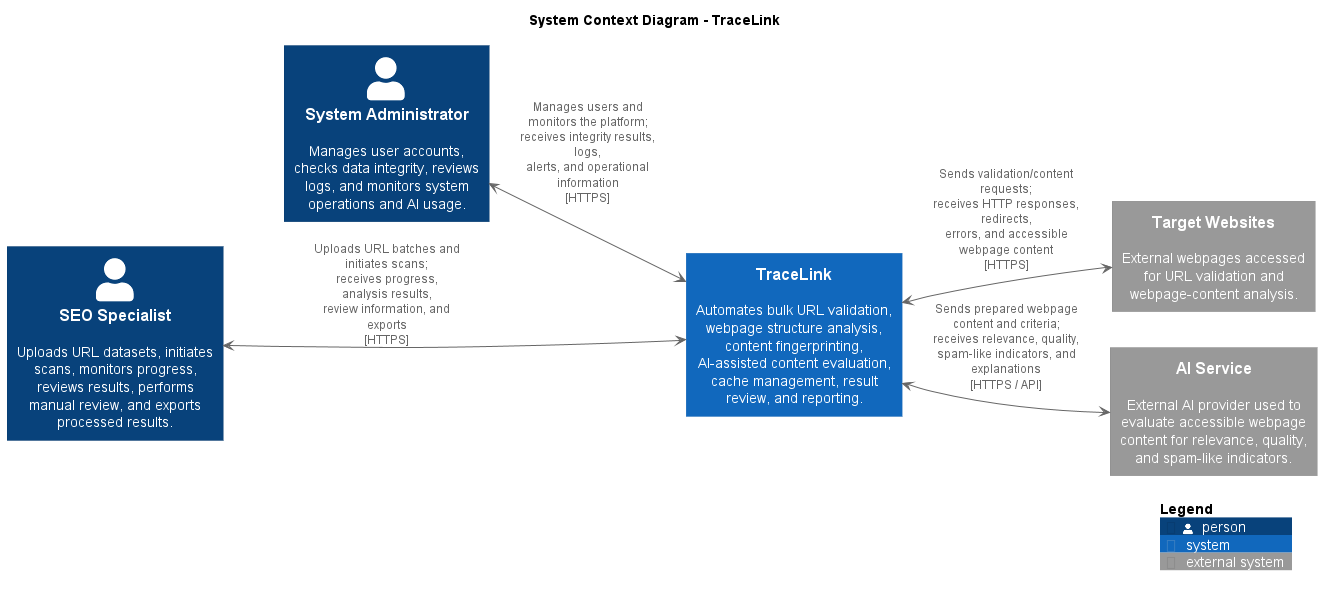
APC-SoCIT/APC-2026-2027-T1-SF241-Grp-3-Dark-Triad-TRACELINK-AI-Assisted-Platform keeps this PlantUML diagram as docs/c4/images/system-context.png. Above is the earlier version.
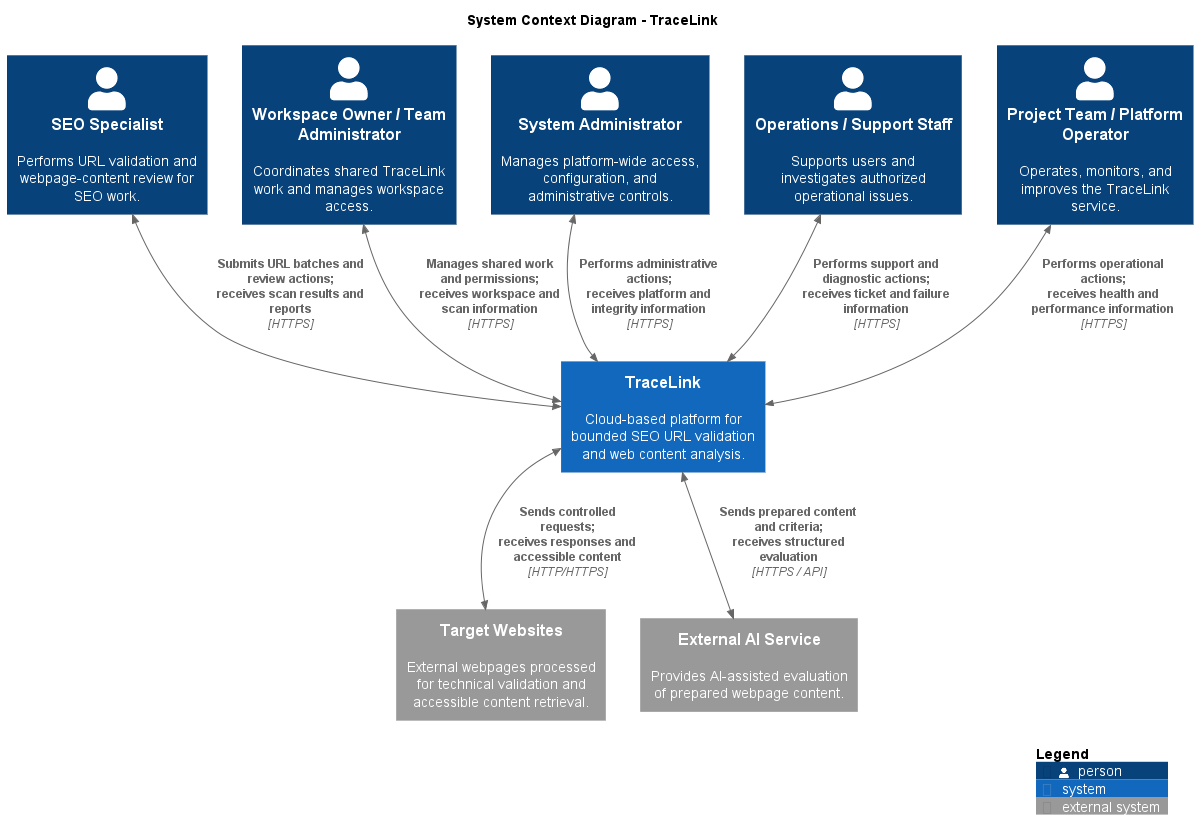
Above is the later version.

Commit message:
docs: update rendered system context diagram

The edit, as a diff of the source:
```diff
@@ -2,29 +2,39 @@
 
 !include https://raw.githubusercontent.com/plantuml-stdlib/C4-PlantUML/master/C4_Context.puml
 
-LAYOUT_LEFT_RIGHT()
+LAYOUT_TOP_DOWN()
 
 title System Context Diagram - TraceLink
 
-Person(seoSpecialist, "SEO Specialist", "Uploads URL datasets, initiates scans, monitors progress, reviews results, performs manual review, and exports processed results.")
+Person(seoSpecialist, "SEO Specialist", "Performs URL validation and webpage-content review for SEO work.")
+Person(workspaceOwner, "Workspace Owner / Team Administrator", "Coordinates shared TraceLink work and manages workspace access.")
+Person(systemAdmin, "System Administrator", "Manages platform-wide access, configuration, and administrative controls.")
+Person(supportStaff, "Operations / Support Staff", "Supports users and investigates authorized operational issues.")
+Person(platformOperator, "Project Team / Platform Operator", "Operates, monitors, and improves the TraceLink service.")
 
-Person(systemAdmin, "System Administrator", "Manages user accounts, checks data integrity, reviews logs, and monitors system operations and AI usage.")
+System(tracelink, "TraceLink", "Cloud-based platform for bounded SEO URL validation and web content analysis.")
 
-System(traceLink, "TraceLink", "Automates bulk URL validation, webpage structure analysis, content fingerprinting, AI-assisted content evaluation, cache management, result review, and reporting.")
+System_Ext(targetWebsites, "Target Websites", "External webpages processed for technical validation and accessible content retrieval.")
+System_Ext(aiService, "External AI Service", "Provides AI-assisted evaluation of prepared webpage content.")
 
-System_Ext(targetWebsites, "Target Websites", "External webpages accessed for URL validation and webpage-content analysis.")
+BiRel(seoSpecialist, tracelink, "Submits URL batches and review actions;\nreceives scan results and reports", "HTTPS")
+BiRel(workspaceOwner, tracelink, "Manages shared work and permissions;\nreceives workspace and scan information", "HTTPS")
+BiRel(systemAdmin, tracelink, "Performs administrative actions;\nreceives platform and integrity information", "HTTPS")
+BiRel(supportStaff, tracelink, "Performs support and diagnostic actions;\nreceives ticket and failure information", "HTTPS")
+BiRel(platformOperator, tracelink, "Performs operational actions;\nreceives health and performance information", "HTTPS")
 
-System_Ext(aiService, "AI Service", "External AI provider used to evaluate accessible webpage content for relevance, quality, and spam-like indicators.")
+BiRel(tracelink, targetWebsites, "Sends controlled requests;\nreceives responses and accessible content", "HTTP/HTTPS")
+BiRel(tracelink, aiService, "Sends prepared content and criteria;\nreceives structured evaluation", "HTTPS / API")
 
-seoSpecialist -[hidden]down-> systemAdmin
+Lay_R(seoSpecialist, workspaceOwner)
+Lay_R(workspaceOwner, systemAdmin)
+Lay_R(systemAdmin, supportStaff)
+Lay_R(supportStaff, platformOperator)
 
-seoSpecialist <--> traceLink : Uploads URL batches and initiates scans;\nreceives progress, analysis results,\nreview information, and exports\n[HTTPS]
+Lay_D(systemAdmin, tracelink)
 
-systemAdmin <--> traceLink : Manages users and monitors the platform;\nreceives integrity results, logs,\nalerts, and operational information\n[HTTPS]
-
-traceLink <--> targetWebsites : Sends validation/content requests;\nreceives HTTP responses, redirects,\nerrors, and accessible webpage content\n[HTTPS]
-
-traceLink <--> aiService : Sends prepared webpage content and criteria;\nreceives relevance, quality,\nspam-like indicators, and explanations\n[HTTPS / API]
+Lay_R(targetWebsites, aiService)
+Lay_D(tracelink, targetWebsites)
 
 SHOW_LEGEND()
 
```
